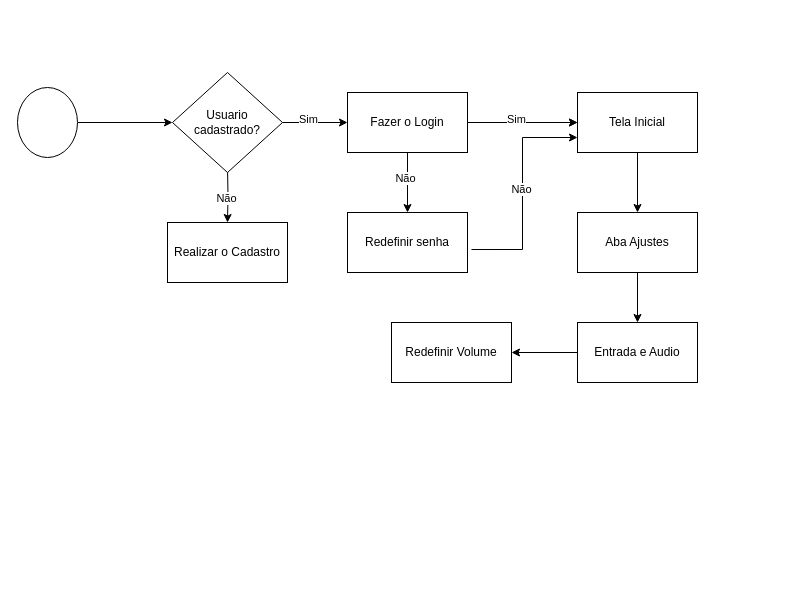
Above: Diagrama sem nome.drawio in Caioramos010/Facul (draw.io), before the change. Source tidied: cells renumbered, new cells numbered last; positions are measured from the earlier drawing's top-left corner, leaving out a move shared by most shapes. Both pictures are drawn from the tidied source at 100%, with x=0, y=0 at pixel (17, 72).
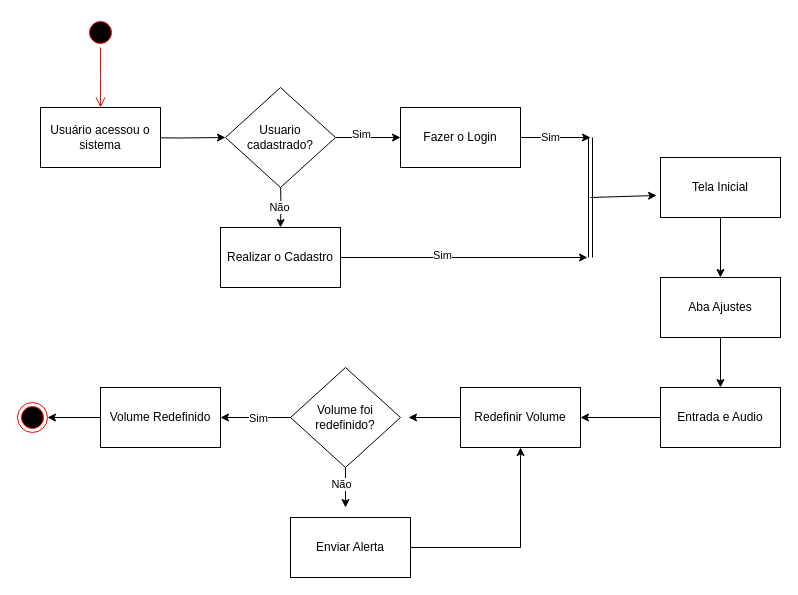
After the change.

Diff of the diagram source:
```diff
@@
-    <mxCell id="2" style="edgeStyle=orthogonalEdgeStyle;rounded=0;jettySize=auto;html=1;" parent="1" edge="1" source="3" target="21">
-      <mxGeometry relative="1" as="geometry" />
+    <mxCell id="2" style="edgeStyle=orthogonalEdgeStyle;rounded=0;jettySize=auto;html=1;" parent="1" edge="1" target="21">
+      <mxGeometry relative="1" as="geometry">
+        <mxPoint x="113" y="65" as="sourcePoint" />
+      </mxGeometry>
     </mxCell>
-    <mxCell id="3" style="ellipse;whiteSpace=wrap;html=1;" parent="1" vertex="1">
-      <mxGeometry y="15" width="60" height="70" as="geometry" />
-    </mxCell>
     <mxCell id="4" style="edgeStyle=orthogonalEdgeStyle;rounded=0;jettySize=auto;html=1;" parent="1" edge="1" target="6">
       <mxGeometry relative="1" as="geometry">
-        <mxPoint x="210" y="95" as="sourcePoint" />
+        <mxPoint x="263" y="110" as="sourcePoint" />
       </mxGeometry>
     </mxCell>
@@
+    <mxCell id="26" style="edgeStyle=orthogonalEdgeStyle;rounded=0;jettySize=auto;html=1;" parent="1" edge="1" source="6">
+      <mxGeometry relative="1" as="geometry">
+        <mxPoint x="570" y="185" as="targetPoint" />
+      </mxGeometry>
+    </mxCell>
+    <mxCell id="27" value="Sim" style="edgeLabel;html=1;align=center;verticalAlign=middle;" parent="26" vertex="1">
+      <mxGeometry x="-0.18" y="3" relative="1" as="geometry" />
+    </mxCell>
     <mxCell id="6" value="Realizar o Cadastro" style="rounded=0;whiteSpace=wrap;html=1;" parent="1" vertex="1">
-      <mxGeometry x="150" y="150" width="120" height="60" as="geometry" />
+      <mxGeometry x="203" y="155" width="120" height="60" as="geometry" />
     </mxCell>
-    <mxCell id="7" style="edgeStyle=orthogonalEdgeStyle;rounded=0;jettySize=auto;html=1;" parent="1" edge="1" source="12" target="14">
-      <mxGeometry relative="1" as="geometry" />
-    </mxCell>
-    <mxCell id="8" style="edgeStyle=orthogonalEdgeStyle;rounded=0;jettySize=auto;html=1;" parent="1" edge="1" source="12" target="14">
-      <mxGeometry relative="1" as="geometry" />
-    </mxCell>
-    <mxCell id="9" value="Sim" style="edgeLabel;html=1;align=center;verticalAlign=middle;" parent="8" vertex="1">
-      <mxGeometry x="-0.13" y="4" relative="1" as="geometry" />
-    </mxCell>
-    <mxCell id="10" style="edgeStyle=orthogonalEdgeStyle;rounded=0;jettySize=auto;html=1;entryX=0.5;entryY=0;entryDx=0;entryDy=0;" parent="1" edge="1" source="12" target="22">
-      <mxGeometry relative="1" as="geometry" />
-    </mxCell>
-    <mxCell id="11" value="Não" style="edgeLabel;html=1;align=center;verticalAlign=middle;" parent="10" vertex="1">
-      <mxGeometry x="-0.17" y="-3" relative="1" as="geometry" />
-    </mxCell>
+    <mxCell id="28" style="edgeStyle=orthogonalEdgeStyle;rounded=0;jettySize=auto;html=1;" parent="1" edge="1" source="12">
+      <mxGeometry relative="1" as="geometry">
+        <mxPoint x="573" y="65" as="targetPoint" />
+      </mxGeometry>
+    </mxCell>
+    <mxCell id="29" value="Sim" style="edgeLabel;html=1;align=center;verticalAlign=middle;" parent="28" vertex="1">
+      <mxGeometry x="-0.18" y="1" relative="1" as="geometry" />
+    </mxCell>
     <mxCell id="12" value="Fazer o Login" style="rounded=0;whiteSpace=wrap;html=1;" parent="1" vertex="1">
-      <mxGeometry x="330" y="20" width="120" height="60" as="geometry" />
+      <mxGeometry x="383" y="35" width="120" height="60" as="geometry" />
     </mxCell>
@@
     <mxCell id="14" value="Tela Inicial" style="rounded=0;whiteSpace=wrap;html=1;" parent="1" vertex="1">
-      <mxGeometry x="560" y="20" width="120" height="60" as="geometry" />
+      <mxGeometry x="643" y="85" width="120" height="60" as="geometry" />
     </mxCell>
@@
     <mxCell id="16" value="Aba Ajustes" style="rounded=0;whiteSpace=wrap;html=1;" parent="1" vertex="1">
-      <mxGeometry x="560" y="140" width="120" height="60" as="geometry" />
+      <mxGeometry x="643" y="205" width="120" height="60" as="geometry" />
     </mxCell>
@@
     <mxCell id="18" value="Entrada e Audio" style="rounded=0;whiteSpace=wrap;html=1;" parent="1" vertex="1">
-      <mxGeometry x="560" y="250" width="120" height="60" as="geometry" />
+      <mxGeometry x="643" y="315" width="120" height="60" as="geometry" />
     </mxCell>
@@
     <mxCell id="21" value="Usuario cadastrado?" style="rhombus;whiteSpace=wrap;html=1;" parent="1" vertex="1">
-      <mxGeometry x="155" width="110" height="100" as="geometry" />
+      <mxGeometry x="208" y="15" width="110" height="100" as="geometry" />
     </mxCell>
-    <mxCell id="22" value="Redefinir senha" style="rounded=0;whiteSpace=wrap;html=1;" parent="1" vertex="1">
-      <mxGeometry x="330" y="140" width="120" height="60" as="geometry" />
-    </mxCell>
-    <mxCell id="23" style="edgeStyle=orthogonalEdgeStyle;rounded=0;jettySize=auto;html=1;exitX=1.033;exitY=0.617;exitDx=0;exitDy=0;entryX=0;entryY=0.75;entryDx=0;entryDy=0;exitPerimeter=0;" parent="1" edge="1" source="22" target="14">
-      <mxGeometry relative="1" as="geometry" />
-    </mxCell>
-    <mxCell id="24" value="Não" style="edgeLabel;html=1;align=center;verticalAlign=middle;" parent="23" vertex="1">
-      <mxGeometry x="0.03" y="2" relative="1" as="geometry" />
-    </mxCell>
     <mxCell id="25" value="Redefinir Volume" style="rounded=0;whiteSpace=wrap;html=1;" parent="1" vertex="1">
-      <mxGeometry x="374" y="250" width="120" height="60" as="geometry" />
+      <mxGeometry x="443" y="315" width="120" height="60" as="geometry" />
     </mxCell>
+    <mxCell id="30" value="Usuário acessou o sistema" style="rounded=0;whiteSpace=wrap;html=1;" parent="1" vertex="1">
+      <mxGeometry x="23" y="35" width="120" height="60" as="geometry" />
+    </mxCell>
+    <mxCell id="31" style="shape=link;html=1;rounded=0;" parent="1" edge="1">
+      <mxGeometry relative="1" as="geometry">
+        <mxPoint x="573" y="65" as="sourcePoint" />
+        <mxPoint x="573" y="185" as="targetPoint" />
+      </mxGeometry>
+    </mxCell>
+    <mxCell id="32" style="endArrow=classic;html=1;rounded=0;entryX=-0.033;entryY=0.633;entryDx=0;entryDy=0;entryPerimeter=0;" parent="1" edge="1" target="14">
+      <mxGeometry relative="1" as="geometry">
+        <mxPoint x="573" y="125" as="sourcePoint" />
+      </mxGeometry>
+    </mxCell>
+    <mxCell id="33" style="edgeStyle=orthogonalEdgeStyle;rounded=0;jettySize=auto;html=1;" parent="1" edge="1" source="37">
+      <mxGeometry relative="1" as="geometry">
+        <mxPoint x="328" y="435" as="targetPoint" />
+      </mxGeometry>
+    </mxCell>
+    <mxCell id="34" value="Não" style="edgeLabel;html=1;align=center;verticalAlign=middle;" parent="33" vertex="1">
+      <mxGeometry x="-0.21" y="4" relative="1" as="geometry">
+        <mxPoint x="-9" as="offset" />
+      </mxGeometry>
+    </mxCell>
+    <mxCell id="35" style="edgeStyle=orthogonalEdgeStyle;rounded=0;jettySize=auto;html=1;entryX=1;entryY=0.5;entryDx=0;entryDy=0;" parent="1" edge="1" source="37" target="42">
+      <mxGeometry relative="1" as="geometry" />
+    </mxCell>
+    <mxCell id="36" value="Sim" style="edgeLabel;html=1;align=center;verticalAlign=middle;" parent="35" vertex="1">
+      <mxGeometry x="-0.4" y="-2" relative="1" as="geometry">
+        <mxPoint x="-12" y="2" as="offset" />
+      </mxGeometry>
+    </mxCell>
+    <mxCell id="37" value="Volume foi redefinido?" style="rhombus;whiteSpace=wrap;html=1;" parent="1" vertex="1">
+      <mxGeometry x="273" y="295" width="110" height="100" as="geometry" />
+    </mxCell>
+    <mxCell id="38" style="edgeStyle=orthogonalEdgeStyle;rounded=0;jettySize=auto;html=1;entryX=1.073;entryY=0.5;entryDx=0;entryDy=0;entryPerimeter=0;" parent="1" edge="1" source="25" target="37">
+      <mxGeometry relative="1" as="geometry" />
+    </mxCell>
+    <mxCell id="39" style="edgeStyle=orthogonalEdgeStyle;rounded=0;jettySize=auto;html=1;entryX=0.5;entryY=1;entryDx=0;entryDy=0;" parent="1" edge="1" source="40" target="25">
+      <mxGeometry relative="1" as="geometry" />
+    </mxCell>
+    <mxCell id="40" value="Enviar Alerta" style="rounded=0;whiteSpace=wrap;html=1;" parent="1" vertex="1">
+      <mxGeometry x="273" y="445" width="120" height="60" as="geometry" />
+    </mxCell>
+    <mxCell id="41" style="edgeStyle=orthogonalEdgeStyle;rounded=0;jettySize=auto;html=1;" parent="1" edge="1" source="42" target="45">
+      <mxGeometry relative="1" as="geometry" />
+    </mxCell>
+    <mxCell id="42" value="Volume Redefinido" style="rounded=0;whiteSpace=wrap;html=1;" parent="1" vertex="1">
+      <mxGeometry x="83" y="315" width="120" height="60" as="geometry" />
+    </mxCell>
+    <mxCell id="43" style="ellipse;html=1;shape=startState;fillColor=#000000;strokeColor=#ff0000;" parent="1" vertex="1">
+      <mxGeometry x="68" y="-55" width="30" height="30" as="geometry" />
+    </mxCell>
+    <mxCell id="44" style="edgeStyle=orthogonalEdgeStyle;html=1;verticalAlign=bottom;endArrow=open;endSize=8;strokeColor=#ff0000;rounded=0;" parent="1" edge="1" source="43">
+      <mxGeometry relative="1" as="geometry">
+        <mxPoint x="83" y="35" as="targetPoint" />
+      </mxGeometry>
+    </mxCell>
+    <mxCell id="45" style="ellipse;html=1;shape=endState;fillColor=#000000;strokeColor=#ff0000;" parent="1" vertex="1">
+      <mxGeometry y="330" width="30" height="30" as="geometry" />
+    </mxCell>
```
